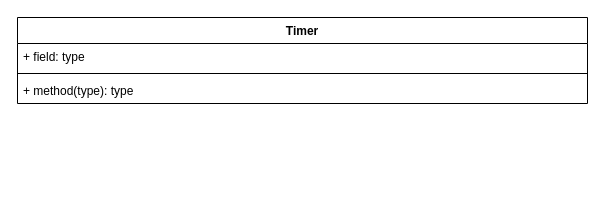
Earlier version of the draw.io diagram Timer.drawio (QAQSly/QAQSly). Source tidied: cells renumbered, new cells numbered last; positions are measured from the earlier drawing's top-left corner, leaving out a move shared by most shapes. Both pictures are drawn from the tidied source at 100%, with x=0, y=0 at pixel (17, 17).
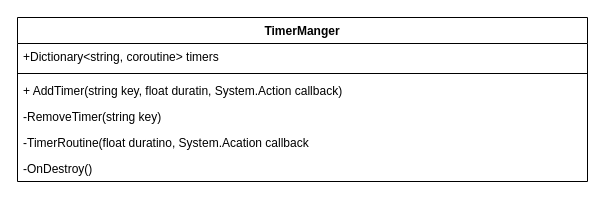
After the change.

The edit, as a diff of the source:
```diff
@@
 <mxGraphModel>
   <root>
     <mxCell id="0" />
     <mxCell id="1" parent="0" />
-    <mxCell id="2" value="Timer" style="swimlane;fontStyle=1;align=center;verticalAlign=top;horizontal=1;startSize=26;whiteSpace=wrap;html=1;" parent="1" vertex="1">
-      <mxGeometry width="570" height="86" as="geometry" />
+    <mxCell id="2" value="TimerManger&lt;div&gt;&lt;br&gt;&lt;/div&gt;" style="swimlane;fontStyle=1;align=center;verticalAlign=top;horizontal=1;startSize=26;whiteSpace=wrap;html=1;" parent="1" vertex="1">
+      <mxGeometry width="570" height="164" as="geometry" />
     </mxCell>
-    <mxCell id="3" value="+ field: type" style="text;strokeColor=none;fillColor=none;align=left;verticalAlign=top;spacingLeft=4;spacingRight=4;overflow=hidden;whiteSpace=wrap;html=1;" parent="2" vertex="1">
+    <mxCell id="3" value="+Dictionary&amp;lt;string, coroutine&amp;gt; timers" style="text;strokeColor=none;fillColor=none;align=left;verticalAlign=top;spacingLeft=4;spacingRight=4;overflow=hidden;whiteSpace=wrap;html=1;" parent="2" vertex="1">
       <mxGeometry y="26" width="570" height="26" as="geometry" />
     </mxCell>
     <mxCell id="4" style="line;strokeWidth=1;fillColor=none;align=left;verticalAlign=middle;spacingTop=-1;spacingLeft=3;spacingRight=3;labelPosition=right;strokeColor=inherit;" parent="2" vertex="1">
       <mxGeometry y="52" width="570" height="8" as="geometry" />
     </mxCell>
-    <mxCell id="5" value="+ method(type): type" style="text;strokeColor=none;fillColor=none;align=left;verticalAlign=top;spacingLeft=4;spacingRight=4;overflow=hidden;whiteSpace=wrap;html=1;" parent="2" vertex="1">
+    <mxCell id="5" value="+ AddTimer(string key, float duratin, System.Action callback)" style="text;strokeColor=none;fillColor=none;align=left;verticalAlign=top;spacingLeft=4;spacingRight=4;overflow=hidden;whiteSpace=wrap;html=1;" parent="2" vertex="1">
       <mxGeometry y="60" width="570" height="26" as="geometry" />
     </mxCell>
+    <mxCell id="6" value="-RemoveTimer(string key)" style="text;strokeColor=none;fillColor=none;align=left;verticalAlign=top;spacingLeft=4;spacingRight=4;overflow=hidden;whiteSpace=wrap;html=1;" parent="2" vertex="1">
+      <mxGeometry y="86" width="570" height="26" as="geometry" />
+    </mxCell>
+    <mxCell id="7" value="-TimerRoutine(float duratino, System.Acation callback" style="text;strokeColor=none;fillColor=none;align=left;verticalAlign=top;spacingLeft=4;spacingRight=4;overflow=hidden;whiteSpace=wrap;html=1;" parent="2" vertex="1">
+      <mxGeometry y="112" width="570" height="26" as="geometry" />
+    </mxCell>
+    <mxCell id="8" value="-OnDestroy()" style="text;strokeColor=none;fillColor=none;align=left;verticalAlign=top;spacingLeft=4;spacingRight=4;overflow=hidden;whiteSpace=wrap;html=1;" parent="2" vertex="1">
+      <mxGeometry y="138" width="570" height="26" as="geometry" />
+    </mxCell>
   </root>
 </mxGraphModel>
```
